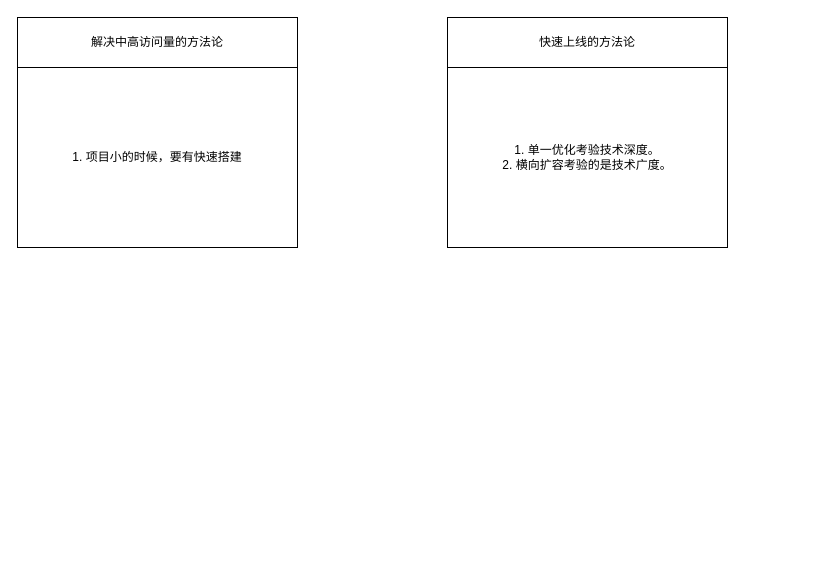
SaturnRings/draw keeps this draw.io diagram as 方法论_201909.drawio. Above is the earlier version. Source tidied: cells renumbered, new cells numbered last; positions are measured from the earlier drawing's top-left corner, leaving out a move shared by most shapes. Both pictures are drawn from the tidied source at 100%, with x=0, y=0 at pixel (17, 17).
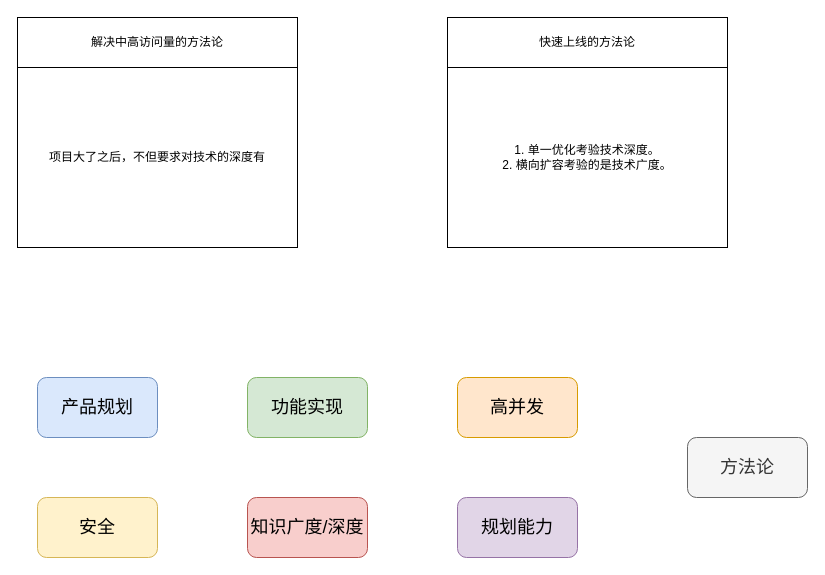
Above is the later version.

Diff of the diagram source:
```diff
@@
 <mxGraphModel>
   <root>
     <mxCell id="0" />
     <mxCell id="1" parent="0" />
     <mxCell id="2" value="解决中高访问量的方法论" style="rounded=0;whiteSpace=wrap;html=1;" parent="1" vertex="1">
       <mxGeometry width="280" height="50" as="geometry" />
     </mxCell>
-    <mxCell id="3" value="1. 项目小的时候，要有快速搭建" style="rounded=0;whiteSpace=wrap;html=1;" parent="1" vertex="1">
+    <mxCell id="3" value="项目大了之后，不但要求对技术的深度有" style="rounded=0;whiteSpace=wrap;html=1;" parent="1" vertex="1">
       <mxGeometry y="50" width="280" height="180" as="geometry" />
     </mxCell>
     <mxCell id="4" value="快速上线的方法论" style="rounded=0;whiteSpace=wrap;html=1;" parent="1" vertex="1">
       <mxGeometry x="430" width="280" height="50" as="geometry" />
     </mxCell>
     <mxCell id="5" value="1. 单一优化考验技术深度。&lt;br&gt;2. 横向扩容考验的是技术广度。" style="rounded=0;whiteSpace=wrap;html=1;" parent="1" vertex="1">
       <mxGeometry x="430" y="50" width="280" height="180" as="geometry" />
     </mxCell>
+    <mxCell id="6" value="产品规划" style="rounded=1;whiteSpace=wrap;html=1;fontSize=18;fillColor=#dae8fc;strokeColor=#6c8ebf;" parent="1" vertex="1">
+      <mxGeometry x="20" y="360" width="120" height="60" as="geometry" />
+    </mxCell>
+    <mxCell id="7" value="功能实现" style="rounded=1;whiteSpace=wrap;html=1;fontSize=18;fillColor=#d5e8d4;strokeColor=#82b366;" parent="1" vertex="1">
+      <mxGeometry x="230" y="360" width="120" height="60" as="geometry" />
+    </mxCell>
+    <mxCell id="8" value="高并发" style="rounded=1;whiteSpace=wrap;html=1;fontSize=18;fillColor=#ffe6cc;strokeColor=#d79b00;" parent="1" vertex="1">
+      <mxGeometry x="440" y="360" width="120" height="60" as="geometry" />
+    </mxCell>
+    <mxCell id="9" value="安全" style="rounded=1;whiteSpace=wrap;html=1;fontSize=18;fillColor=#fff2cc;strokeColor=#d6b656;" parent="1" vertex="1">
+      <mxGeometry x="20" y="480" width="120" height="60" as="geometry" />
+    </mxCell>
+    <mxCell id="10" value="知识广度/深度" style="rounded=1;whiteSpace=wrap;html=1;fontSize=18;fillColor=#f8cecc;strokeColor=#b85450;" parent="1" vertex="1">
+      <mxGeometry x="230" y="480" width="120" height="60" as="geometry" />
+    </mxCell>
+    <mxCell id="11" value="规划能力" style="rounded=1;whiteSpace=wrap;html=1;fontSize=18;fillColor=#e1d5e7;strokeColor=#9673a6;" parent="1" vertex="1">
+      <mxGeometry x="440" y="480" width="120" height="60" as="geometry" />
+    </mxCell>
+    <mxCell id="12" value="方法论" style="rounded=1;whiteSpace=wrap;html=1;fontSize=18;fillColor=#f5f5f5;strokeColor=#666666;fontColor=#333333;" parent="1" vertex="1">
+      <mxGeometry x="670" y="420" width="120" height="60" as="geometry" />
+    </mxCell>
   </root>
 </mxGraphModel>
```
